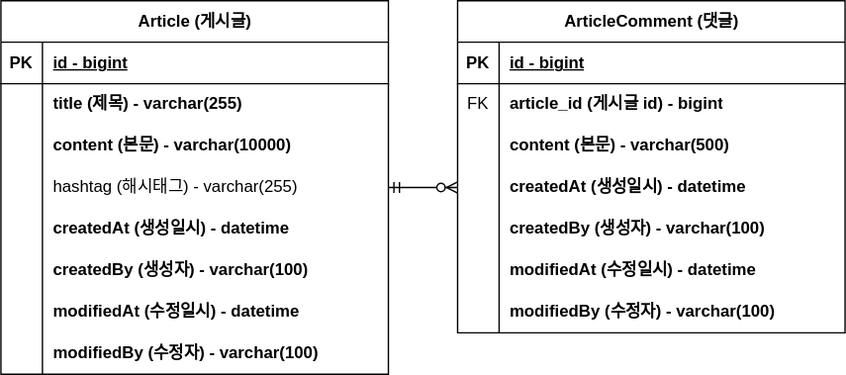
The draw.io diagram document/board-project-erd.svg in jsh9057/board-project, before a commit. Source tidied: cells renumbered, new cells last; positions are measured from the earlier drawing's top-left corner, leaving out a move shared by most shapes.
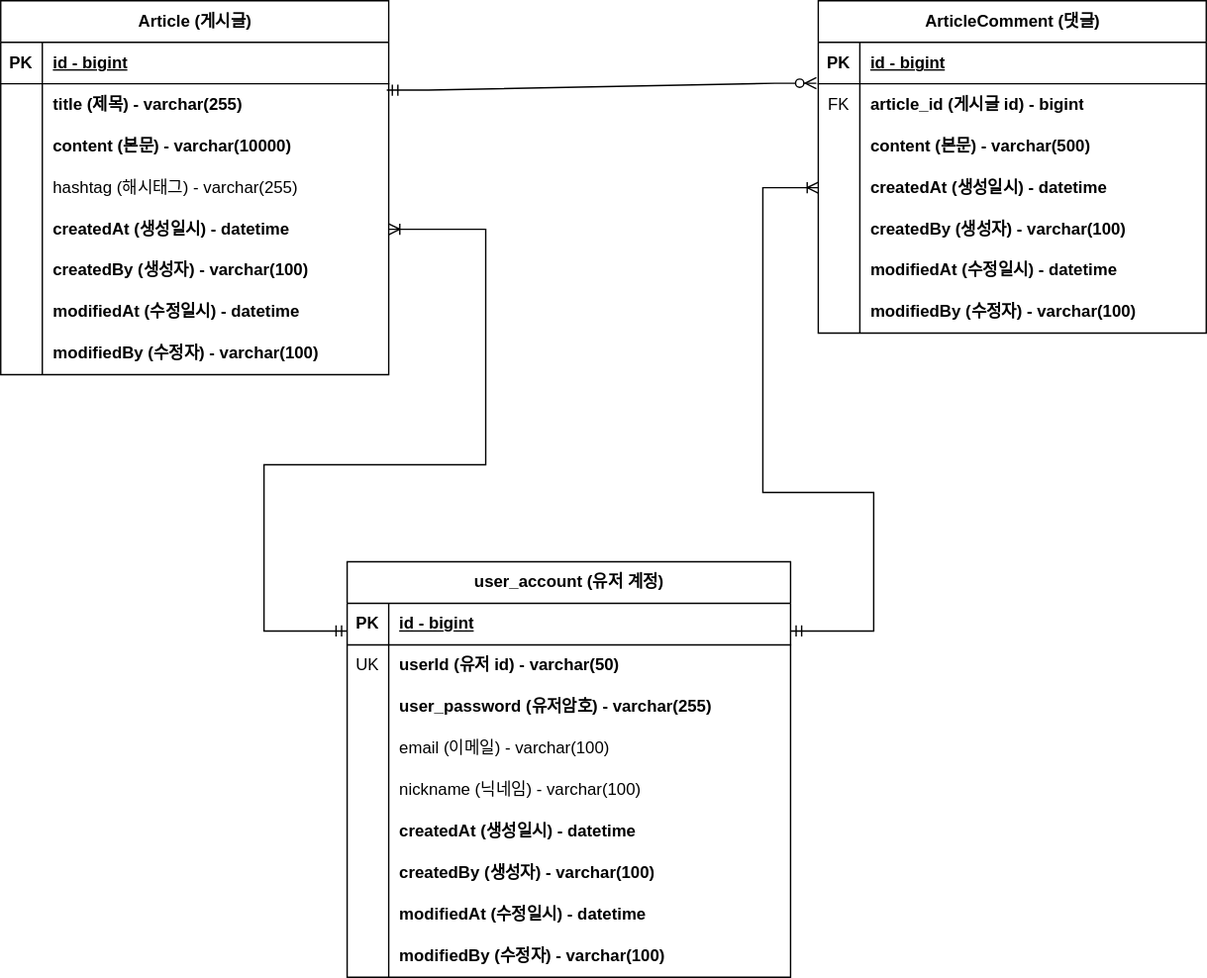
The same file after the commit.

Commit message:
#17 - ERD 유저 계정 업데이트 : board-project-erd.svg

Change to the diagram source:
```diff
@@ -3,7 +3,7 @@
     <mxCell id="0" />
     <mxCell id="1" parent="0" />
     <mxCell id="2" value="Article (게시글)" style="shape=table;startSize=30;rowLines=0;fontStyle=1;align=center;html=1;" parent="1" vertex="1">
-      <mxGeometry width="280" height="270" as="geometry" />
+      <mxGeometry x="30" y="-15" width="280" height="270" as="geometry" />
     </mxCell>
     <mxCell id="3" style="shape=tableRow;horizontal=0;startSize=0;swimlaneHead=0;swimlaneBody=0;fillColor=none;points=[[0,0.5],[1,0.5]];portConstraint=eastwest;top=0;left=0;right=0;bottom=1;" parent="2" vertex="1">
       <mxGeometry y="30" width="280" height="30" as="geometry" />
@@ -78,7 +78,7 @@
       <mxGeometry x="30" width="250" height="30" as="geometry" />
     </mxCell>
     <mxCell id="27" value="ArticleComment (댓글)" style="shape=table;startSize=30;rowLines=0;fontStyle=1;align=center;html=1;" parent="1" vertex="1">
-      <mxGeometry x="330" width="280" height="240" as="geometry" />
+      <mxGeometry x="620" y="-15" width="280" height="240" as="geometry" />
     </mxCell>
     <mxCell id="28" style="shape=tableRow;horizontal=0;startSize=0;swimlaneHead=0;swimlaneBody=0;fillColor=none;top=0;left=0;right=0;bottom=1;" parent="27" vertex="1">
       <mxGeometry y="30" width="280" height="30" as="geometry" />
@@ -143,8 +143,114 @@
     <mxCell id="48" value="modifiedBy (수정자) - varchar(100)" style="shape=partialRectangle;fillColor=none;top=0;left=0;bottom=0;right=0;align=left;spacingLeft=6;overflow=hidden;whiteSpace=wrap;html=1;fontStyle=1;" parent="46" vertex="1">
       <mxGeometry x="30" width="250" height="30" as="geometry" />
     </mxCell>
-    <mxCell id="49" style="edgeStyle=entityRelationEdgeStyle;fontSize=12;html=1;endArrow=ERzeroToMany;startArrow=ERmandOne;rounded=0;exitX=1;exitY=0.5;exitDx=0;exitDy=0;entryX=0;entryY=0.5;entryDx=0;entryDy=0;" parent="1" edge="1" source="12" target="37">
+    <mxCell id="49" style="edgeStyle=entityRelationEdgeStyle;fontSize=12;html=1;endArrow=ERzeroToMany;startArrow=ERmandOne;rounded=0;entryX=-0.005;entryY=-0.014;entryDx=0;entryDy=0;entryPerimeter=0;exitX=0.995;exitY=1.152;exitDx=0;exitDy=0;exitPerimeter=0;" parent="1" edge="1" source="3" target="31">
       <mxGeometry relative="1" as="geometry" />
     </mxCell>
+    <mxCell id="50" value="user_account (유저 계정)" style="shape=table;startSize=30;rowLines=0;fontStyle=1;align=center;html=1;" parent="1" vertex="1">
+      <mxGeometry x="280" y="390" width="320" height="300" as="geometry" />
+    </mxCell>
+    <mxCell id="51" style="shape=tableRow;horizontal=0;startSize=0;swimlaneHead=0;swimlaneBody=0;fillColor=none;top=0;left=0;right=0;bottom=1;" parent="50" vertex="1">
+      <mxGeometry y="30" width="320" height="30" as="geometry" />
+    </mxCell>
+    <mxCell id="52" value="PK" style="shape=partialRectangle;fillColor=none;top=0;left=0;bottom=0;right=0;fontStyle=1;overflow=hidden;whiteSpace=wrap;html=1;" parent="51" vertex="1">
+      <mxGeometry width="30" height="30" as="geometry" />
+    </mxCell>
+    <mxCell id="53" value="id - bigint" style="shape=partialRectangle;fillColor=none;top=0;left=0;bottom=0;right=0;align=left;spacingLeft=6;fontStyle=5;overflow=hidden;whiteSpace=wrap;html=1;" parent="51" vertex="1">
+      <mxGeometry x="30" width="290" height="30" as="geometry" />
+    </mxCell>
+    <mxCell id="54" style="shape=tableRow;horizontal=0;startSize=0;swimlaneHead=0;swimlaneBody=0;fillColor=none;top=0;left=0;right=0;bottom=0;" parent="50" vertex="1">
+      <mxGeometry y="60" width="320" height="30" as="geometry" />
+    </mxCell>
+    <mxCell id="55" value="UK" style="shape=partialRectangle;fillColor=none;top=0;left=0;bottom=0;right=0;overflow=hidden;whiteSpace=wrap;html=1;" parent="54" vertex="1">
+      <mxGeometry width="30" height="30" as="geometry" />
+    </mxCell>
+    <mxCell id="56" value="&lt;b&gt;userId (유저 id) - varchar(50)&lt;/b&gt;" style="shape=partialRectangle;fillColor=none;top=0;left=0;bottom=0;right=0;align=left;spacingLeft=6;overflow=hidden;whiteSpace=wrap;html=1;" parent="54" vertex="1">
+      <mxGeometry x="30" width="290" height="30" as="geometry" />
+    </mxCell>
+    <mxCell id="57" style="shape=tableRow;horizontal=0;startSize=0;swimlaneHead=0;swimlaneBody=0;fillColor=none;top=0;left=0;right=0;bottom=0;" parent="50" vertex="1">
+      <mxGeometry y="90" width="320" height="30" as="geometry" />
+    </mxCell>
+    <mxCell id="58" style="shape=partialRectangle;fillColor=none;top=0;left=0;bottom=0;right=0;overflow=hidden;whiteSpace=wrap;html=1;" parent="57" vertex="1">
+      <mxGeometry width="30" height="30" as="geometry" />
+    </mxCell>
+    <mxCell id="59" value="&lt;b&gt;user_password (유저암호) - varchar(255)&lt;/b&gt;" style="shape=partialRectangle;fillColor=none;top=0;left=0;bottom=0;right=0;align=left;spacingLeft=6;overflow=hidden;whiteSpace=wrap;html=1;" parent="57" vertex="1">
+      <mxGeometry x="30" width="290" height="30" as="geometry" />
+    </mxCell>
+    <mxCell id="60" style="shape=tableRow;horizontal=0;startSize=0;swimlaneHead=0;swimlaneBody=0;fillColor=none;top=0;left=0;right=0;bottom=0;" parent="50" vertex="1">
+      <mxGeometry y="120" width="320" height="30" as="geometry" />
+    </mxCell>
+    <mxCell id="61" style="shape=partialRectangle;fillColor=none;top=0;left=0;bottom=0;right=0;overflow=hidden;whiteSpace=wrap;html=1;" parent="60" vertex="1">
+      <mxGeometry width="30" height="30" as="geometry" />
+    </mxCell>
+    <mxCell id="62" value="email (이메일) - varchar(100)" style="shape=partialRectangle;fillColor=none;top=0;left=0;bottom=0;right=0;align=left;spacingLeft=6;overflow=hidden;whiteSpace=wrap;html=1;" parent="60" vertex="1">
+      <mxGeometry x="30" width="290" height="30" as="geometry" />
+    </mxCell>
+    <mxCell id="63" style="shape=tableRow;horizontal=0;startSize=0;swimlaneHead=0;swimlaneBody=0;fillColor=none;top=0;left=0;right=0;bottom=0;" parent="50" vertex="1">
+      <mxGeometry y="150" width="320" height="30" as="geometry" />
+    </mxCell>
+    <mxCell id="64" style="shape=partialRectangle;fillColor=none;top=0;left=0;bottom=0;right=0;overflow=hidden;whiteSpace=wrap;html=1;" parent="63" vertex="1">
+      <mxGeometry width="30" height="30" as="geometry" />
+    </mxCell>
+    <mxCell id="65" value="nickname (닉네임) - &lt;span style=&quot;white-space: pre;&quot;&gt;varchar(100)&lt;/span&gt;" style="shape=partialRectangle;fillColor=none;top=0;left=0;bottom=0;right=0;align=left;spacingLeft=6;overflow=hidden;whiteSpace=wrap;html=1;" parent="63" vertex="1">
+      <mxGeometry x="30" width="290" height="30" as="geometry" />
+    </mxCell>
+    <mxCell id="66" style="shape=tableRow;horizontal=0;startSize=0;swimlaneHead=0;swimlaneBody=0;fillColor=none;top=0;left=0;right=0;bottom=0;" parent="50" vertex="1">
+      <mxGeometry y="180" width="320" height="30" as="geometry" />
+    </mxCell>
+    <mxCell id="67" style="shape=partialRectangle;fillColor=none;top=0;left=0;bottom=0;right=0;overflow=hidden;whiteSpace=wrap;html=1;" parent="66" vertex="1">
+      <mxGeometry width="30" height="30" as="geometry" />
+    </mxCell>
+    <mxCell id="68" value="&lt;b&gt;createdAt (생성일시) - datetime&lt;/b&gt;" style="shape=partialRectangle;fillColor=none;top=0;left=0;bottom=0;right=0;align=left;spacingLeft=6;overflow=hidden;whiteSpace=wrap;html=1;" parent="66" vertex="1">
+      <mxGeometry x="30" width="290" height="30" as="geometry" />
+    </mxCell>
+    <mxCell id="69" style="shape=tableRow;horizontal=0;startSize=0;swimlaneHead=0;swimlaneBody=0;fillColor=none;top=0;left=0;right=0;bottom=0;" parent="50" vertex="1">
+      <mxGeometry y="210" width="320" height="30" as="geometry" />
+    </mxCell>
+    <mxCell id="70" style="shape=partialRectangle;fillColor=none;top=0;left=0;bottom=0;right=0;overflow=hidden;whiteSpace=wrap;html=1;" parent="69" vertex="1">
+      <mxGeometry width="30" height="30" as="geometry" />
+    </mxCell>
+    <mxCell id="71" value="&lt;b&gt;createdBy (생성자) - varchar(100)&lt;/b&gt;" style="shape=partialRectangle;fillColor=none;top=0;left=0;bottom=0;right=0;align=left;spacingLeft=6;overflow=hidden;whiteSpace=wrap;html=1;" parent="69" vertex="1">
+      <mxGeometry x="30" width="290" height="30" as="geometry" />
+    </mxCell>
+    <mxCell id="72" style="shape=tableRow;horizontal=0;startSize=0;swimlaneHead=0;swimlaneBody=0;fillColor=none;top=0;left=0;right=0;bottom=0;" parent="50" vertex="1">
+      <mxGeometry y="240" width="320" height="30" as="geometry" />
+    </mxCell>
+    <mxCell id="73" style="shape=partialRectangle;fillColor=none;top=0;left=0;bottom=0;right=0;overflow=hidden;whiteSpace=wrap;html=1;" parent="72" vertex="1">
+      <mxGeometry width="30" height="30" as="geometry" />
+    </mxCell>
+    <mxCell id="74" value="&lt;b&gt;modifiedAt (수정일시) - datetime&lt;/b&gt;" style="shape=partialRectangle;fillColor=none;top=0;left=0;bottom=0;right=0;align=left;spacingLeft=6;overflow=hidden;whiteSpace=wrap;html=1;" parent="72" vertex="1">
+      <mxGeometry x="30" width="290" height="30" as="geometry" />
+    </mxCell>
+    <mxCell id="75" style="shape=tableRow;horizontal=0;startSize=0;swimlaneHead=0;swimlaneBody=0;fillColor=none;top=0;left=0;right=0;bottom=0;" parent="50" vertex="1">
+      <mxGeometry y="270" width="320" height="30" as="geometry" />
+    </mxCell>
+    <mxCell id="76" style="shape=partialRectangle;fillColor=none;top=0;left=0;bottom=0;right=0;overflow=hidden;whiteSpace=wrap;html=1;" parent="75" vertex="1">
+      <mxGeometry width="30" height="30" as="geometry" />
+    </mxCell>
+    <mxCell id="77" value="&lt;b&gt;modifiedBy (수정자) - varchar(100)&lt;/b&gt;" style="shape=partialRectangle;fillColor=none;top=0;left=0;bottom=0;right=0;align=left;spacingLeft=6;overflow=hidden;whiteSpace=wrap;html=1;" parent="75" vertex="1">
+      <mxGeometry x="30" width="290" height="30" as="geometry" />
+    </mxCell>
+    <mxCell id="78" style="fontSize=12;html=1;endArrow=ERoneToMany;startArrow=ERmandOne;rounded=0;entryX=1;entryY=0.5;entryDx=0;entryDy=0;edgeStyle=orthogonalEdgeStyle;" parent="1" edge="1" target="15">
+      <mxGeometry relative="1" as="geometry">
+        <mxPoint x="280" y="440" as="sourcePoint" />
+        <Array as="points">
+          <mxPoint x="280" y="440" />
+          <mxPoint x="220" y="440" />
+          <mxPoint x="220" y="320" />
+          <mxPoint x="380" y="320" />
+          <mxPoint x="380" y="150" />
+        </Array>
+      </mxGeometry>
+    </mxCell>
+    <mxCell id="79" style="fontSize=12;html=1;endArrow=ERoneToMany;startArrow=ERmandOne;rounded=0;entryX=0;entryY=0.5;entryDx=0;entryDy=0;edgeStyle=orthogonalEdgeStyle;" parent="1" edge="1" source="50" target="37">
+      <mxGeometry relative="1" as="geometry">
+        <Array as="points">
+          <mxPoint x="660" y="440" />
+          <mxPoint x="660" y="340" />
+          <mxPoint x="580" y="340" />
+          <mxPoint x="580" y="120" />
+        </Array>
+      </mxGeometry>
+    </mxCell>
   </root>
 </mxGraphModel>
```
